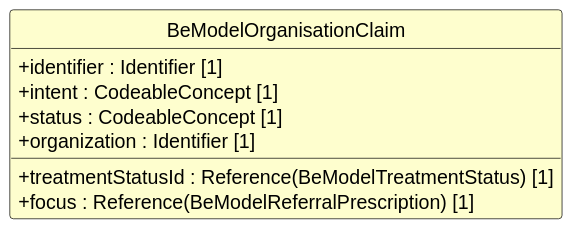
Earlier version of the PlantUML export exports/diagrams/BeModelOrganisationClaim-uml.svg (caresets/caresets-src).
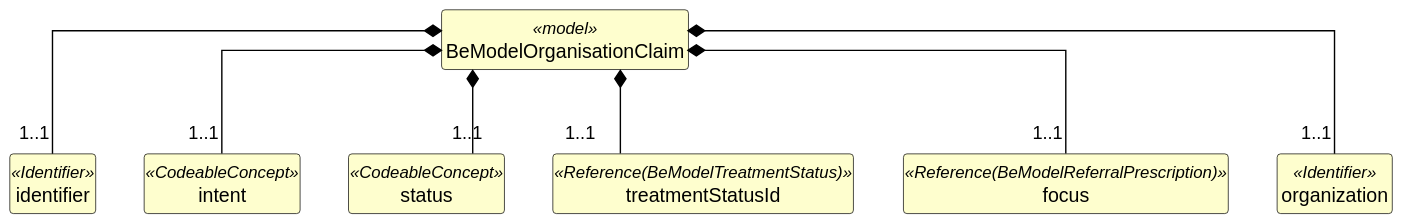
Above is the later version.

The edit, as a diff of the source:
```diff
@@ -12,12 +12,31 @@
 hide circle
 hide empty members
 
-class "BeModelOrganisationClaim" as BeModelOrganisationClaim {
-  +identifier : Identifier [1]
-  +intent : CodeableConcept [1]
-  +status : CodeableConcept [1]
-  +treatmentStatusId : Reference(BeModelTreatmentStatus) [1]
-  +focus : Reference(BeModelReferralPrescription) [1]
-  +organization : Identifier [1]
+class "BeModelOrganisationClaim" as BeModelOrganisationClaim <<model>> {
 }
+
+class "identifier" as BeModelOrganisationClaim_identifier <<Identifier>> {
+}
+
+class "intent" as BeModelOrganisationClaim_intent <<CodeableConcept>> {
+}
+
+class "status" as BeModelOrganisationClaim_status <<CodeableConcept>> {
+}
+
+class "treatmentStatusId" as BeModelOrganisationClaim_treatmentStatusId <<Reference(BeModelTreatmentStatus)>> {
+}
+
+class "focus" as BeModelOrganisationClaim_focus <<Reference(BeModelReferralPrescription)>> {
+}
+
+class "organization" as BeModelOrganisationClaim_organization <<Identifier>> {
+}
+
+BeModelOrganisationClaim *-- "1..1" BeModelOrganisationClaim_identifier
+BeModelOrganisationClaim *-- "1..1" BeModelOrganisationClaim_intent
+BeModelOrganisationClaim *-- "1..1" BeModelOrganisationClaim_status
+BeModelOrganisationClaim *-- "1..1" BeModelOrganisationClaim_treatmentStatusId
+BeModelOrganisationClaim *-- "1..1" BeModelOrganisationClaim_focus
+BeModelOrganisationClaim *-- "1..1" BeModelOrganisationClaim_organization
 @enduml
```
